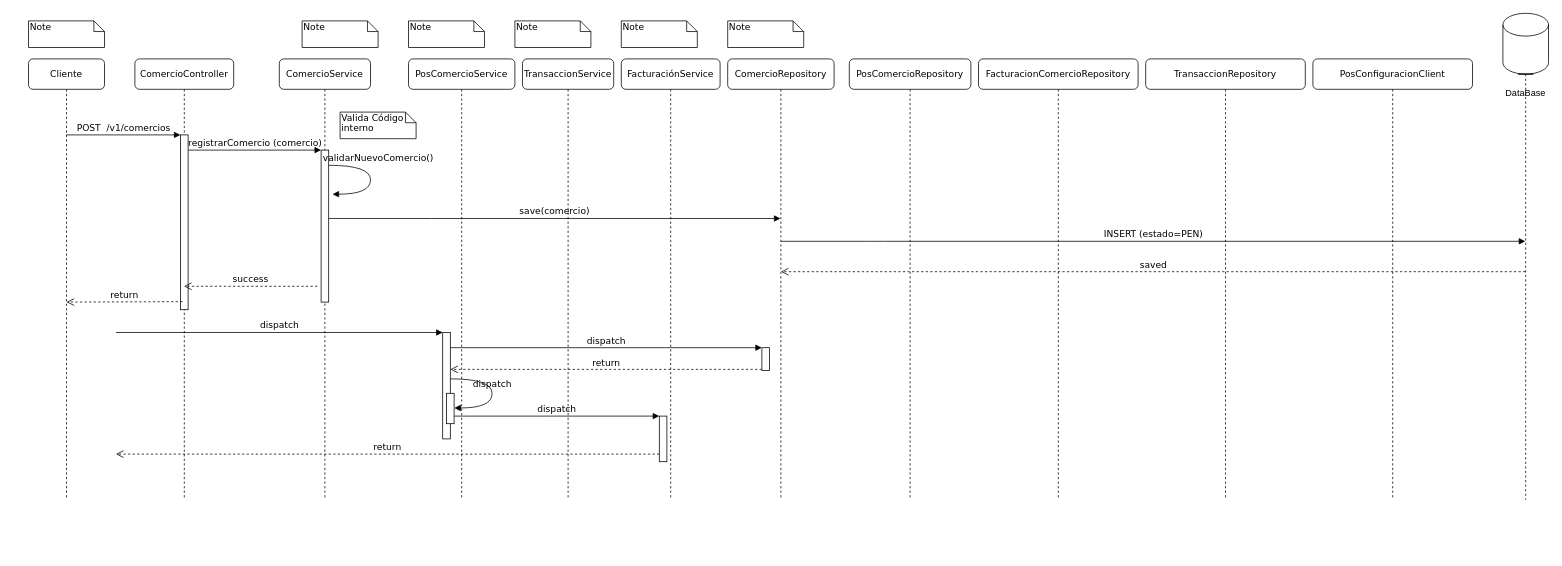
Earlier version of the draw.io diagram DiagramaSecuenciaComercio.drawio (mvespin1/DiagramasArquitecturaGrupo2). Source tidied: cells renumbered, new cells numbered last; positions are measured from the earlier drawing's top-left corner, leaving out a move shared by most shapes. Both pictures are drawn from the tidied source at 76%, with x=0, y=0 at pixel (28, 13).
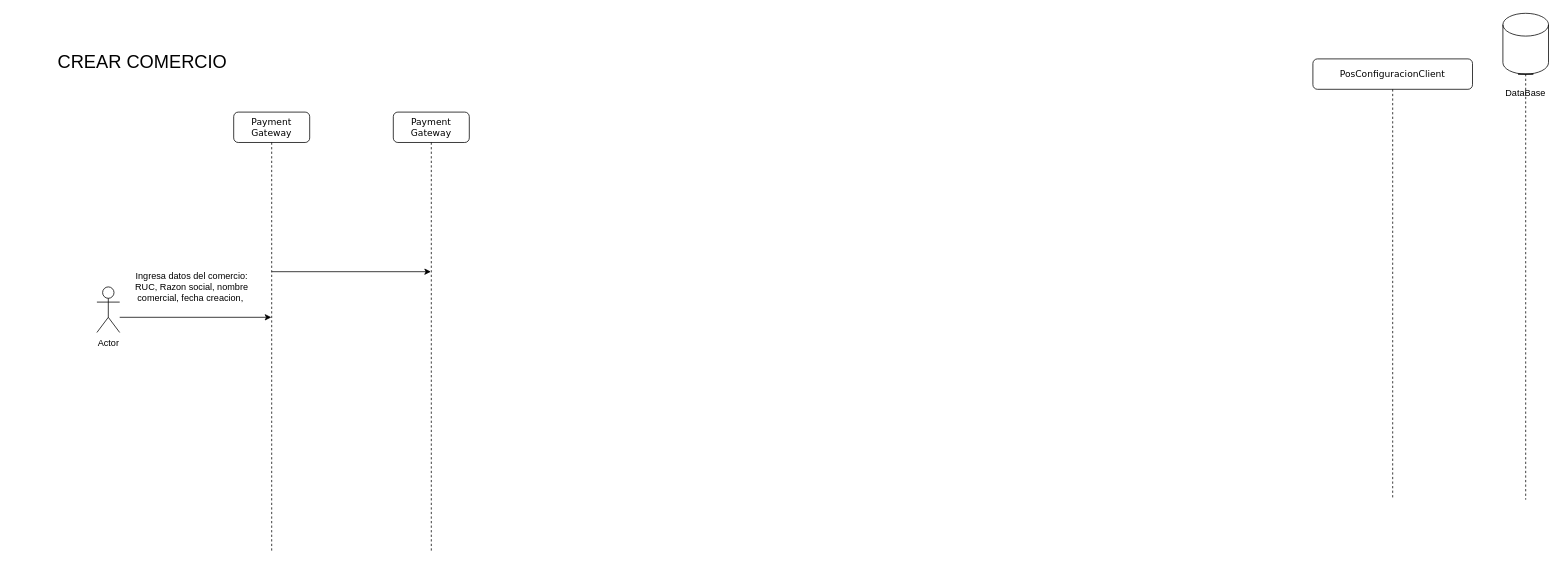
Above is the later version.

Unchanged cells that the change refers to:
```xml
<mxCell id="41" style="shape=umlLifeline;perimeter=lifelinePerimeter;whiteSpace=wrap;html=1;outlineConnect=0;portConstraint=eastwest;newEdgeStyle={&quot;curved&quot;:0,&quot;rounded&quot;:0};participant=umlActor;size=0;" parent="1" vertex="1">
  <mxGeometry x="1960" y="80" width="20" height="560" as="geometry" />
</mxCell>
```

What changed in the source:
```diff
@@
-    <mxCell id="2" value="ComercioController" style="shape=umlLifeline;perimeter=lifelinePerimeter;whiteSpace=wrap;html=1;outlineConnect=0;rounded=1;shadow=0;comic=0;labelBackgroundColor=none;strokeWidth=1;fontFamily=Verdana;fontSize=12;align=center;" parent="1" vertex="1">
-      <mxGeometry x="140" y="60" width="130" height="580" as="geometry" />
-    </mxCell>
-    <mxCell id="3" style="html=1;points=[];perimeter=orthogonalPerimeter;rounded=0;shadow=0;comic=0;labelBackgroundColor=none;strokeWidth=1;fontFamily=Verdana;fontSize=12;align=center;" parent="2" vertex="1">
-      <mxGeometry x="60" y="100" width="10" height="230" as="geometry" />
-    </mxCell>
-    <mxCell id="4" value="ComercioService" style="shape=umlLifeline;perimeter=lifelinePerimeter;whiteSpace=wrap;html=1;rounded=1;shadow=0;comic=0;labelBackgroundColor=none;strokeWidth=1;fontFamily=Verdana;fontSize=12;align=center;" parent="1" vertex="1">
-      <mxGeometry x="330" y="60" width="120" height="580" as="geometry" />
-    </mxCell>
-    <mxCell id="5" style="html=1;points=[];perimeter=orthogonalPerimeter;rounded=0;shadow=0;comic=0;labelBackgroundColor=none;strokeWidth=1;fontFamily=Verdana;fontSize=12;align=center;" parent="4" vertex="1">
-      <mxGeometry x="55" y="120" width="10" height="200" as="geometry" />
-    </mxCell>
-    <mxCell id="6" value="success" style="html=1;verticalAlign=bottom;endArrow=open;dashed=1;endSize=8;labelBackgroundColor=none;fontFamily=Verdana;fontSize=12;edgeStyle=elbowEdgeStyle;elbow=vertical;" parent="4" edge="1" target="2">
-      <mxGeometry relative="1" as="geometry">
-        <mxPoint x="50" y="299.2" as="sourcePoint" />
-        <Array as="points">
-          <mxPoint x="-5" y="299.2" />
-          <mxPoint x="25" y="299.2" />
-        </Array>
-      </mxGeometry>
-    </mxCell>
-    <mxCell id="7" value="validarNuevoComercio()" style="html=1;verticalAlign=bottom;endArrow=block;labelBackgroundColor=none;fontFamily=Verdana;fontSize=12;elbow=vertical;edgeStyle=orthogonalEdgeStyle;curved=1;entryX=1;entryY=0.286;entryPerimeter=0;exitX=1.038;exitY=0.345;exitPerimeter=0;" parent="4" edge="1">
-      <mxGeometry x="-0.23" y="10" relative="1" as="geometry">
-        <mxPoint x="65" y="140" as="sourcePoint" />
-        <mxPoint x="70" y="178" as="targetPoint" />
-        <Array as="points">
-          <mxPoint x="120" y="140" />
-          <mxPoint x="120" y="178" />
-        </Array>
-      </mxGeometry>
-    </mxCell>
-    <mxCell id="8" value="PosComercioService" style="shape=umlLifeline;perimeter=lifelinePerimeter;whiteSpace=wrap;html=1;rounded=1;shadow=0;comic=0;labelBackgroundColor=none;strokeWidth=1;fontFamily=Verdana;fontSize=12;align=center;" parent="1" vertex="1">
-      <mxGeometry x="500" y="60" width="140" height="580" as="geometry" />
-    </mxCell>
-    <mxCell id="9" value="TransaccionService" style="shape=umlLifeline;perimeter=lifelinePerimeter;whiteSpace=wrap;html=1;rounded=1;shadow=0;comic=0;labelBackgroundColor=none;strokeWidth=1;fontFamily=Verdana;fontSize=12;align=center;" parent="1" vertex="1">
-      <mxGeometry x="650" y="60" width="120" height="580" as="geometry" />
-    </mxCell>
-    <mxCell id="10" value="FacturaciónService" style="shape=umlLifeline;perimeter=lifelinePerimeter;whiteSpace=wrap;html=1;rounded=1;shadow=0;comic=0;labelBackgroundColor=none;strokeWidth=1;fontFamily=Verdana;fontSize=12;align=center;" parent="1" vertex="1">
-      <mxGeometry x="780" y="60" width="130" height="580" as="geometry" />
-    </mxCell>
-    <mxCell id="11" value="ComercioRepository" style="shape=umlLifeline;perimeter=lifelinePerimeter;whiteSpace=wrap;html=1;outlineConnect=0;rounded=1;shadow=0;comic=0;labelBackgroundColor=none;strokeWidth=1;fontFamily=Verdana;fontSize=12;align=center;" parent="1" vertex="1">
-      <mxGeometry x="920" y="60" width="140" height="580" as="geometry" />
-    </mxCell>
-    <mxCell id="12" value="Cliente" style="shape=umlLifeline;perimeter=lifelinePerimeter;whiteSpace=wrap;html=1;outlineConnect=0;rounded=1;shadow=0;comic=0;labelBackgroundColor=none;strokeWidth=1;fontFamily=Verdana;fontSize=12;align=center;" parent="1" vertex="1">
-      <mxGeometry y="60" width="100" height="580" as="geometry" />
+    <mxCell id="12" value="Payment Gateway" style="shape=umlLifeline;perimeter=lifelinePerimeter;whiteSpace=wrap;html=1;outlineConnect=0;rounded=1;shadow=0;comic=0;labelBackgroundColor=none;strokeWidth=1;fontFamily=Verdana;fontSize=12;align=center;" parent="1" vertex="1">
+      <mxGeometry x="270" y="130" width="100" height="580" as="geometry" />
     </mxCell>
-    <mxCell id="13" value="save(comercio)" style="html=1;verticalAlign=bottom;endArrow=block;labelBackgroundColor=none;fontFamily=Verdana;fontSize=12;edgeStyle=elbowEdgeStyle;elbow=vertical;" parent="1" edge="1" source="5" target="11">
-      <mxGeometry relative="1" as="geometry">
-        <Array as="points">
-          <mxPoint x="520" y="270" />
-          <mxPoint x="420" y="200" />
-        </Array>
-      </mxGeometry>
-    </mxCell>
-    <mxCell id="14" style="html=1;points=[];perimeter=orthogonalPerimeter;rounded=0;shadow=0;comic=0;labelBackgroundColor=none;strokeWidth=1;fontFamily=Verdana;fontSize=12;align=center;" parent="1" vertex="1">
-      <mxGeometry x="545" y="420" width="10" height="140" as="geometry" />
-    </mxCell>
-    <mxCell id="15" value="dispatch" style="html=1;verticalAlign=bottom;endArrow=block;entryX=0;entryY=0;labelBackgroundColor=none;fontFamily=Verdana;fontSize=12;" parent="1" edge="1" target="14">
-      <mxGeometry relative="1" as="geometry">
-        <mxPoint x="115" y="420" as="sourcePoint" />
-      </mxGeometry>
-    </mxCell>
-    <mxCell id="16" style="html=1;points=[];perimeter=orthogonalPerimeter;rounded=0;shadow=0;comic=0;labelBackgroundColor=none;strokeColor=#000000;strokeWidth=1;fillColor=#FFFFFF;fontFamily=Verdana;fontSize=12;fontColor=#000000;align=center;" parent="1" vertex="1">
-      <mxGeometry x="965" y="440" width="10" height="30" as="geometry" />
-    </mxCell>
-    <mxCell id="17" value="dispatch" style="html=1;verticalAlign=bottom;endArrow=block;entryX=0;entryY=0;labelBackgroundColor=none;fontFamily=Verdana;fontSize=12;" parent="1" edge="1" source="14" target="16">
-      <mxGeometry relative="1" as="geometry" />
-    </mxCell>
-    <mxCell id="18" value="return" style="html=1;verticalAlign=bottom;endArrow=open;dashed=1;endSize=8;exitX=0;exitY=0.95;labelBackgroundColor=none;fontFamily=Verdana;fontSize=12;" parent="1" edge="1" source="16" target="14">
-      <mxGeometry relative="1" as="geometry" />
-    </mxCell>
-    <mxCell id="19" style="html=1;points=[];perimeter=orthogonalPerimeter;rounded=0;shadow=0;comic=0;labelBackgroundColor=none;strokeWidth=1;fontFamily=Verdana;fontSize=12;align=center;" parent="1" vertex="1">
-      <mxGeometry x="830" y="530" width="10" height="60" as="geometry" />
-    </mxCell>
-    <mxCell id="20" value="dispatch" style="html=1;verticalAlign=bottom;endArrow=block;entryX=0;entryY=0;labelBackgroundColor=none;fontFamily=Verdana;fontSize=12;edgeStyle=elbowEdgeStyle;elbow=vertical;" parent="1" edge="1" source="24" target="19">
-      <mxGeometry relative="1" as="geometry" />
-    </mxCell>
-    <mxCell id="21" value="return" style="html=1;verticalAlign=bottom;endArrow=open;dashed=1;endSize=8;labelBackgroundColor=none;fontFamily=Verdana;fontSize=12;edgeStyle=elbowEdgeStyle;elbow=vertical;" parent="1" edge="1" source="19">
-      <mxGeometry relative="1" as="geometry">
-        <mxPoint x="115" y="580" as="targetPoint" />
-        <Array as="points">
-          <mxPoint x="530" y="580" />
-        </Array>
-      </mxGeometry>
-    </mxCell>
-    <mxCell id="22" value="POST&amp;nbsp; /v1/comercios" style="html=1;verticalAlign=bottom;endArrow=block;entryX=0;entryY=0;labelBackgroundColor=none;fontFamily=Verdana;fontSize=12;edgeStyle=elbowEdgeStyle;elbow=vertical;" parent="1" edge="1" source="12" target="3">
-      <mxGeometry relative="1" as="geometry" />
-    </mxCell>
-    <mxCell id="23" value="registrarComercio (comercio)" style="html=1;verticalAlign=bottom;endArrow=block;entryX=0;entryY=0;labelBackgroundColor=none;fontFamily=Verdana;fontSize=12;edgeStyle=elbowEdgeStyle;elbow=vertical;" parent="1" edge="1" source="3" target="5">
-      <mxGeometry relative="1" as="geometry" />
-    </mxCell>
-    <mxCell id="24" style="html=1;points=[];perimeter=orthogonalPerimeter;rounded=0;shadow=0;comic=0;labelBackgroundColor=none;strokeWidth=1;fontFamily=Verdana;fontSize=12;align=center;" parent="1" vertex="1">
-      <mxGeometry x="550" y="500" width="10" height="40" as="geometry" />
-    </mxCell>
-    <mxCell id="25" value="dispatch" style="html=1;verticalAlign=bottom;endArrow=block;labelBackgroundColor=none;fontFamily=Verdana;fontSize=12;elbow=vertical;edgeStyle=orthogonalEdgeStyle;curved=1;entryX=1;entryY=0.286;entryPerimeter=0;exitX=1.038;exitY=0.345;exitPerimeter=0;" parent="1" edge="1">
-      <mxGeometry relative="1" as="geometry">
-        <mxPoint x="555.3" y="481" as="sourcePoint" />
-        <mxPoint x="560.3" y="519.3" as="targetPoint" />
-        <Array as="points">
-          <mxPoint x="610" y="481" />
-          <mxPoint x="610" y="519" />
-        </Array>
-      </mxGeometry>
-    </mxCell>
-    <mxCell id="26" value="Note" style="shape=note;whiteSpace=wrap;html=1;size=14;verticalAlign=top;align=left;spacingTop=-6;rounded=0;shadow=0;comic=0;labelBackgroundColor=none;strokeWidth=1;fontFamily=Verdana;fontSize=12;" parent="1" vertex="1">
-      <mxGeometry y="10" width="100" height="35" as="geometry" />
-    </mxCell>
-    <mxCell id="27" value="Valida Código interno" style="shape=note;whiteSpace=wrap;html=1;size=14;verticalAlign=top;align=left;spacingTop=-6;rounded=0;shadow=0;comic=0;labelBackgroundColor=none;strokeWidth=1;fontFamily=Verdana;fontSize=12;" parent="1" vertex="1">
-      <mxGeometry x="410" y="130" width="100" height="35" as="geometry" />
-    </mxCell>
-    <mxCell id="28" value="Note" style="shape=note;whiteSpace=wrap;html=1;size=14;verticalAlign=top;align=left;spacingTop=-6;rounded=0;shadow=0;comic=0;labelBackgroundColor=none;strokeWidth=1;fontFamily=Verdana;fontSize=12;" parent="1" vertex="1">
-      <mxGeometry x="360" y="10" width="100" height="35" as="geometry" />
-    </mxCell>
-    <mxCell id="29" value="Note" style="shape=note;whiteSpace=wrap;html=1;size=14;verticalAlign=top;align=left;spacingTop=-6;rounded=0;shadow=0;comic=0;labelBackgroundColor=none;strokeWidth=1;fontFamily=Verdana;fontSize=12;" parent="1" vertex="1">
-      <mxGeometry x="500" y="10" width="100" height="35" as="geometry" />
-    </mxCell>
-    <mxCell id="30" value="Note" style="shape=note;whiteSpace=wrap;html=1;size=14;verticalAlign=top;align=left;spacingTop=-6;rounded=0;shadow=0;comic=0;labelBackgroundColor=none;strokeWidth=1;fontFamily=Verdana;fontSize=12;" parent="1" vertex="1">
-      <mxGeometry x="640" y="10" width="100" height="35" as="geometry" />
-    </mxCell>
-    <mxCell id="31" value="Note" style="shape=note;whiteSpace=wrap;html=1;size=14;verticalAlign=top;align=left;spacingTop=-6;rounded=0;shadow=0;comic=0;labelBackgroundColor=none;strokeWidth=1;fontFamily=Verdana;fontSize=12;" parent="1" vertex="1">
-      <mxGeometry x="780" y="10" width="100" height="35" as="geometry" />
-    </mxCell>
-    <mxCell id="32" value="Note" style="shape=note;whiteSpace=wrap;html=1;size=14;verticalAlign=top;align=left;spacingTop=-6;rounded=0;shadow=0;comic=0;labelBackgroundColor=none;strokeWidth=1;fontFamily=Verdana;fontSize=12;" parent="1" vertex="1">
-      <mxGeometry x="920" y="10" width="100" height="35" as="geometry" />
-    </mxCell>
-    <mxCell id="33" value="PosComercioRepository" style="shape=umlLifeline;perimeter=lifelinePerimeter;whiteSpace=wrap;html=1;rounded=1;shadow=0;comic=0;labelBackgroundColor=none;strokeWidth=1;fontFamily=Verdana;fontSize=12;align=center;" parent="1" vertex="1">
-      <mxGeometry x="1080" y="60" width="160" height="580" as="geometry" />
-    </mxCell>
-    <mxCell id="34" value="FacturacionComercioRepository" style="shape=umlLifeline;perimeter=lifelinePerimeter;whiteSpace=wrap;html=1;rounded=1;shadow=0;comic=0;labelBackgroundColor=none;strokeWidth=1;fontFamily=Verdana;fontSize=12;align=center;" parent="1" vertex="1">
-      <mxGeometry x="1250" y="60" width="210" height="580" as="geometry" />
-    </mxCell>
-    <mxCell id="35" value="INSERT (estado=PEN)" style="html=1;verticalAlign=bottom;endArrow=block;labelBackgroundColor=none;fontFamily=Verdana;fontSize=12;edgeStyle=elbowEdgeStyle;elbow=vertical;" parent="34" edge="1" target="41">
-      <mxGeometry relative="1" as="geometry">
-        <mxPoint x="-260" y="240" as="sourcePoint" />
-        <Array as="points">
-          <mxPoint x="-135" y="240" />
-          <mxPoint x="-235" y="170" />
-        </Array>
-      </mxGeometry>
-    </mxCell>
-    <mxCell id="36" value="saved" style="html=1;verticalAlign=bottom;endArrow=open;dashed=1;endSize=8;labelBackgroundColor=none;fontFamily=Verdana;fontSize=12;" parent="34" edge="1" source="41">
-      <mxGeometry relative="1" as="geometry">
-        <mxPoint x="-260" y="280" as="targetPoint" />
-      </mxGeometry>
-    </mxCell>
-    <mxCell id="37" value="TransaccionRepository" style="shape=umlLifeline;perimeter=lifelinePerimeter;whiteSpace=wrap;html=1;rounded=1;shadow=0;comic=0;labelBackgroundColor=none;strokeWidth=1;fontFamily=Verdana;fontSize=12;align=center;" parent="1" vertex="1">
-      <mxGeometry x="1470" y="60" width="210" height="580" as="geometry" />
-    </mxCell>
@@
-    <mxCell id="42" value="return" style="html=1;verticalAlign=bottom;endArrow=open;dashed=1;endSize=8;labelBackgroundColor=none;fontFamily=Verdana;fontSize=12;edgeStyle=elbowEdgeStyle;elbow=vertical;exitX=0.267;exitY=0.954;exitDx=0;exitDy=0;exitPerimeter=0;" parent="1" edge="1" source="3">
-      <mxGeometry relative="1" as="geometry">
-        <mxPoint x="50" y="380" as="targetPoint" />
-        <Array as="points">
-          <mxPoint x="125" y="380" />
-          <mxPoint x="155" y="380" />
-        </Array>
-      </mxGeometry>
-    </mxCell>
+    <mxCell id="43" value="Actor" style="shape=umlActor;verticalLabelPosition=bottom;verticalAlign=top;html=1;" parent="1" vertex="1">
+      <mxGeometry x="90" y="360" width="30" height="60" as="geometry" />
+    </mxCell>
+    <mxCell id="44" value="Payment Gateway" style="shape=umlLifeline;perimeter=lifelinePerimeter;whiteSpace=wrap;html=1;outlineConnect=0;rounded=1;shadow=0;comic=0;labelBackgroundColor=none;strokeWidth=1;fontFamily=Verdana;fontSize=12;align=center;" parent="1" vertex="1">
+      <mxGeometry x="480" y="130" width="100" height="580" as="geometry" />
+    </mxCell>
+    <mxCell id="45" style="endArrow=classic;html=1;rounded=0;" parent="1" edge="1" target="12">
+      <mxGeometry relative="1" as="geometry">
+        <mxPoint x="120" y="400" as="sourcePoint" />
+      </mxGeometry>
+    </mxCell>
+    <mxCell id="46" style="endArrow=classic;html=1;rounded=0;" parent="1" edge="1" target="44">
+      <mxGeometry relative="1" as="geometry">
+        <mxPoint x="320" y="340" as="sourcePoint" />
+      </mxGeometry>
+    </mxCell>
+    <mxCell id="47" value="Ingresa datos del comercio:&lt;div&gt;RUC, Razon social, nombre comercial, fecha creacion,&amp;nbsp;&lt;/div&gt;" style="text;strokeColor=none;align=center;fillColor=none;html=1;verticalAlign=middle;whiteSpace=wrap;rounded=0;" parent="1" vertex="1">
+      <mxGeometry x="120" y="345" width="190" height="30" as="geometry" />
+    </mxCell>
+    <mxCell id="48" value="&lt;font style=&quot;font-size: 24px;&quot;&gt;CREAR COMERCIO&lt;/font&gt;" style="text;strokeColor=none;align=center;fillColor=none;html=1;verticalAlign=middle;whiteSpace=wrap;rounded=0;" parent="1" vertex="1">
+      <mxGeometry x="-20" y="20" width="340" height="90" as="geometry" />
+    </mxCell>
```
